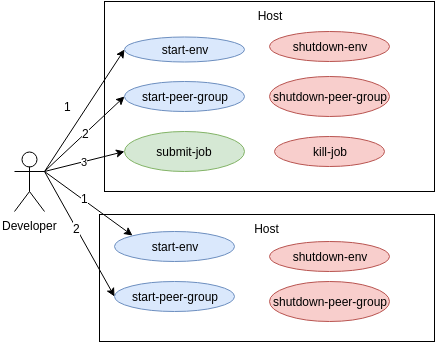
Earlier version of the draw.io export img/main-usage.png (mariusz-jachimowicz-83/mastering-onyx-book). Source tidied: cells renumbered, new cells last; positions are measured from the earlier drawing's top-left corner, leaving out a move shared by most shapes.
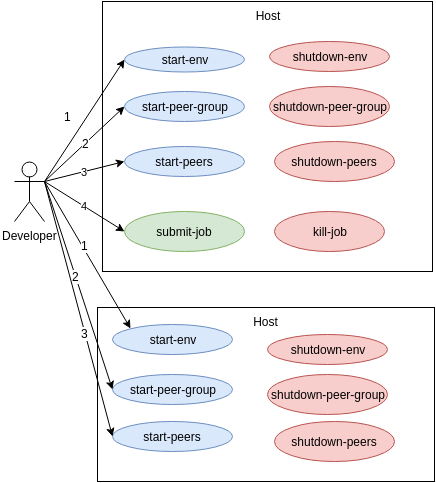
Later version of the same file.

Change to the diagram source:
```diff
@@ -3,7 +3,7 @@
     <mxCell id="0" />
     <mxCell id="1" parent="0" />
     <mxCell id="2" value="Host" style="whiteSpace=wrap;html=1;verticalAlign=top;" parent="1" vertex="1">
-      <mxGeometry x="90" width="330" height="190" as="geometry" />
+      <mxGeometry x="88" y="-10" width="330" height="270" as="geometry" />
     </mxCell>
     <mxCell id="3" value="start-env" style="ellipse;whiteSpace=wrap;html=1;fillColor=#dae8fc;strokeColor=#6c8ebf;" parent="1" vertex="1">
       <mxGeometry x="110" y="35" width="120" height="25" as="geometry" />
@@ -21,19 +21,19 @@
       <mxGeometry y="150" width="30" height="60" as="geometry" />
     </mxCell>
     <mxCell id="8" value="Host" style="whiteSpace=wrap;html=1;verticalAlign=top;" parent="1" vertex="1">
-      <mxGeometry x="85" y="213" width="335" height="127" as="geometry" />
+      <mxGeometry x="83" y="296" width="337" height="174" as="geometry" />
     </mxCell>
     <mxCell id="9" value="start-env" style="ellipse;whiteSpace=wrap;html=1;fillColor=#dae8fc;strokeColor=#6c8ebf;" parent="1" vertex="1">
-      <mxGeometry x="100" y="230" width="120" height="30" as="geometry" />
+      <mxGeometry x="98" y="313" width="120" height="30" as="geometry" />
     </mxCell>
     <mxCell id="10" value="shutdown-env" style="ellipse;whiteSpace=wrap;html=1;fillColor=#f8cecc;strokeColor=#b85450;" parent="1" vertex="1">
-      <mxGeometry x="255" y="240" width="120" height="30" as="geometry" />
+      <mxGeometry x="253" y="323" width="120" height="30" as="geometry" />
     </mxCell>
     <mxCell id="11" value="start-peer-group" style="ellipse;whiteSpace=wrap;html=1;fillColor=#dae8fc;strokeColor=#6c8ebf;" parent="1" vertex="1">
-      <mxGeometry x="100" y="280" width="120" height="30" as="geometry" />
+      <mxGeometry x="98" y="363" width="120" height="30" as="geometry" />
     </mxCell>
     <mxCell id="12" value="shutdown-peer-group" style="ellipse;whiteSpace=wrap;html=1;fillColor=#f8cecc;strokeColor=#b85450;" parent="1" vertex="1">
-      <mxGeometry x="255" y="280" width="120" height="40" as="geometry" />
+      <mxGeometry x="253" y="363" width="120" height="40" as="geometry" />
     </mxCell>
     <mxCell id="13" style="endArrow=classic;html=1;entryX=0;entryY=0.5;exitX=1;exitY=0.3333333333333333;exitPerimeter=0;" parent="1" edge="1" source="7" target="3">
       <mxGeometry relative="1" as="geometry" />
@@ -59,18 +59,45 @@
       <mxGeometry x="-0.1" relative="1" as="geometry" />
     </mxCell>
     <mxCell id="20" value="submit-job" style="ellipse;whiteSpace=wrap;html=1;fillColor=#d5e8d4;strokeColor=#82b366;" parent="1" vertex="1">
-      <mxGeometry x="110" y="130" width="120" height="40" as="geometry" />
+      <mxGeometry x="110" y="200" width="120" height="40" as="geometry" />
     </mxCell>
     <mxCell id="21" value="kill-job" style="ellipse;whiteSpace=wrap;html=1;fillColor=#f8cecc;strokeColor=#b85450;" parent="1" vertex="1">
-      <mxGeometry x="260" y="135" width="110" height="30" as="geometry" />
+      <mxGeometry x="260" y="200" width="110" height="40" as="geometry" />
     </mxCell>
     <mxCell id="22" value="1" style="text;html=1;align=left;verticalAlign=top;spacingTop=-4;" parent="1" vertex="1">
       <mxGeometry x="48" y="96" width="20" height="20" as="geometry" />
     </mxCell>
-    <mxCell id="23" value="3" style="endArrow=classic;html=1;entryX=0;entryY=0.5;" parent="1" edge="1" target="20">
+    <mxCell id="23" value="4" style="endArrow=classic;html=1;entryX=0;entryY=0.5;" parent="1" edge="1" target="20">
       <mxGeometry relative="1" as="geometry">
         <mxPoint x="30" y="170" as="sourcePoint" />
       </mxGeometry>
     </mxCell>
+    <mxCell id="24" value="start-peers" style="ellipse;whiteSpace=wrap;html=1;fillColor=#dae8fc;strokeColor=#6c8ebf;" parent="1" vertex="1">
+      <mxGeometry x="110" y="135" width="120" height="30" as="geometry" />
+    </mxCell>
+    <mxCell id="25" value="shutdown-peers" style="ellipse;whiteSpace=wrap;html=1;fillColor=#f8cecc;strokeColor=#b85450;" parent="1" vertex="1">
+      <mxGeometry x="260" y="130" width="120" height="40" as="geometry" />
+    </mxCell>
+    <mxCell id="26" value="3" style="endArrow=classic;html=1;entryX=0;entryY=0.5;" parent="1" edge="1" target="24">
+      <mxGeometry relative="1" as="geometry">
+        <mxPoint x="30" y="170" as="sourcePoint" />
+      </mxGeometry>
+    </mxCell>
+    <mxCell id="27" value="start-peers" style="ellipse;whiteSpace=wrap;html=1;fillColor=#dae8fc;strokeColor=#6c8ebf;" parent="1" vertex="1">
+      <mxGeometry x="98" y="410" width="120" height="30" as="geometry" />
+    </mxCell>
+    <mxCell id="28" value="shutdown-peers" style="ellipse;whiteSpace=wrap;html=1;fillColor=#f8cecc;strokeColor=#b85450;" parent="1" vertex="1">
+      <mxGeometry x="260" y="410" width="120" height="40" as="geometry" />
+    </mxCell>
+    <mxCell id="29" style="endArrow=classic;html=1;entryX=0;entryY=0.5;" parent="1" edge="1" target="27">
+      <mxGeometry relative="1" as="geometry">
+        <mxPoint x="30" y="170" as="sourcePoint" />
+      </mxGeometry>
+    </mxCell>
+    <mxCell id="30" value="3" style="text;html=1;align=center;verticalAlign=middle;labelBackgroundColor=#ffffff;" parent="29" vertex="1">
+      <mxGeometry x="0.19" y="-1" relative="1" as="geometry">
+        <mxPoint x="1" as="offset" />
+      </mxGeometry>
+    </mxCell>
   </root>
 </mxGraphModel>
```
